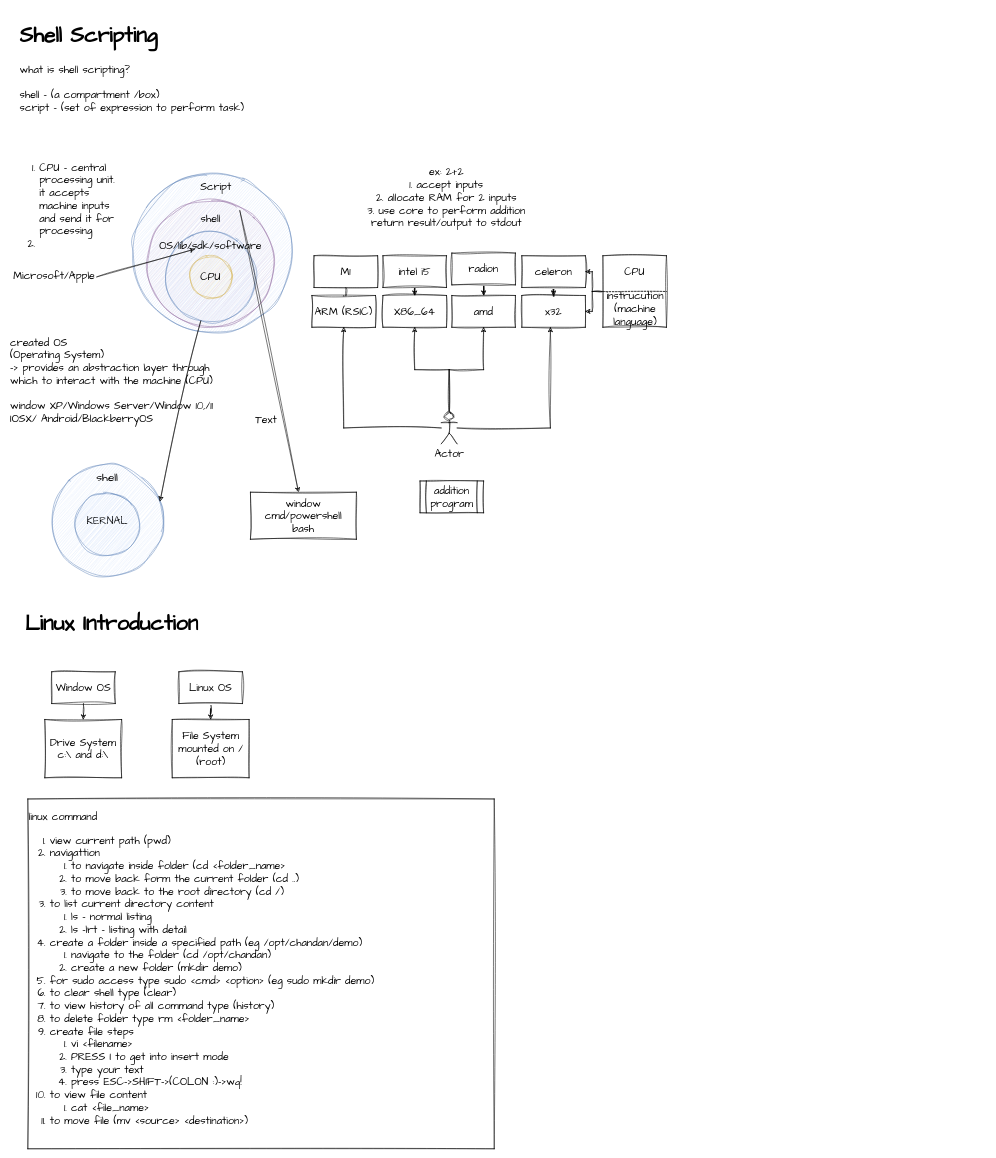
The draw.io diagram page "Page-1" (1 of 5) of Untitled Diagram.drawio in chandansutradhar2/unacademy-app, before the edit. Source tidied: cells renumbered, new cells numbered last; positions are measured from the earlier drawing's top-left corner, leaving out a move shared by most shapes. Both pictures are drawn from the tidied source at 53%, with x=0, y=0 at pixel (9, 14).
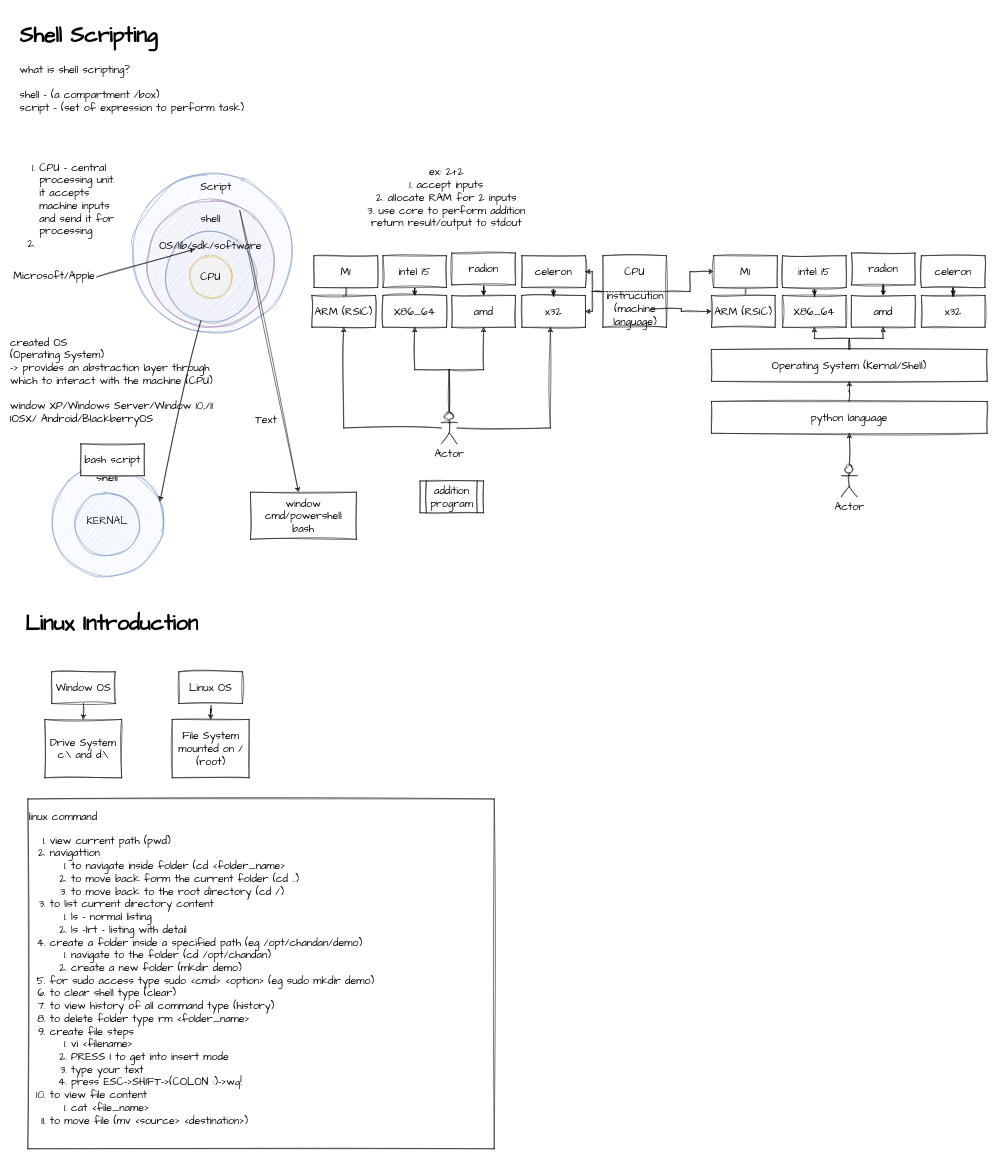
The same page after the edit.

Unchanged cells that the change refers to:
```xml
<mxCell id="23" style="rounded=0;whiteSpace=wrap;html=1;sketch=1;hachureGap=4;jiggle=2;curveFitting=1;fontFamily=Architects Daughter;fontSize=20;" parent="1" vertex="1">
  <mxGeometry x="1120" y="455" width="120" height="135" as="geometry" />
</mxCell>
<mxCell id="25" value="instrucution&lt;br&gt;(machine language)" style="text;html=1;strokeColor=none;fillColor=none;align=center;verticalAlign=middle;whiteSpace=wrap;rounded=0;fontSize=20;fontFamily=Architects Daughter;" parent="1" vertex="1">
  <mxGeometry x="1151" y="540" width="60" height="30" as="geometry" />
</mxCell>
```

The edit, as a diff of the source:
```diff
@@
+    <mxCell id="54" style="edgeStyle=orthogonalEdgeStyle;rounded=0;sketch=1;hachureGap=4;jiggle=2;curveFitting=1;jettySize=auto;html=1;entryX=0;entryY=0.5;entryDx=0;entryDy=0;fontFamily=Architects Daughter;fontSize=16;" parent="1" edge="1" source="23" target="67">
+      <mxGeometry relative="1" as="geometry" />
+    </mxCell>
@@
+    <mxCell id="55" style="edgeStyle=orthogonalEdgeStyle;rounded=0;sketch=1;hachureGap=4;jiggle=2;curveFitting=1;jettySize=auto;html=1;fontFamily=Architects Daughter;fontSize=16;" parent="1" edge="1" source="25" target="68">
+      <mxGeometry relative="1" as="geometry" />
+    </mxCell>
@@
+    <mxCell id="56" value="bash script" style="rounded=0;whiteSpace=wrap;html=1;sketch=1;hachureGap=4;jiggle=2;curveFitting=1;fontFamily=Architects Daughter;fontSize=20;" parent="1" vertex="1">
+      <mxGeometry x="135" y="810" width="120" height="60" as="geometry" />
+    </mxCell>
+    <mxCell id="57" style="edgeStyle=orthogonalEdgeStyle;rounded=0;sketch=1;hachureGap=4;jiggle=2;curveFitting=1;jettySize=auto;html=1;fontFamily=Architects Daughter;fontSize=16;" parent="1" edge="1" source="58" target="63">
+      <mxGeometry relative="1" as="geometry" />
+    </mxCell>
+    <mxCell id="58" value="intel i5" style="rounded=0;whiteSpace=wrap;html=1;sketch=1;hachureGap=4;jiggle=2;curveFitting=1;fontFamily=Architects Daughter;fontSize=20;" parent="1" vertex="1">
+      <mxGeometry x="1459" y="455" width="120" height="60" as="geometry" />
+    </mxCell>
+    <mxCell id="59" style="edgeStyle=orthogonalEdgeStyle;rounded=0;sketch=1;hachureGap=4;jiggle=2;curveFitting=1;jettySize=auto;html=1;fontFamily=Architects Daughter;fontSize=16;" parent="1" edge="1" source="60" target="64">
+      <mxGeometry relative="1" as="geometry" />
+    </mxCell>
+    <mxCell id="60" value="radion" style="rounded=0;whiteSpace=wrap;html=1;sketch=1;hachureGap=4;jiggle=2;curveFitting=1;fontFamily=Architects Daughter;fontSize=20;" parent="1" vertex="1">
+      <mxGeometry x="1589" y="450" width="120" height="60" as="geometry" />
+    </mxCell>
+    <mxCell id="61" style="edgeStyle=orthogonalEdgeStyle;rounded=0;sketch=1;hachureGap=4;jiggle=2;curveFitting=1;jettySize=auto;html=1;fontFamily=Architects Daughter;fontSize=16;" parent="1" edge="1" source="62" target="65">
+      <mxGeometry relative="1" as="geometry" />
+    </mxCell>
+    <mxCell id="62" value="celeron" style="rounded=0;whiteSpace=wrap;html=1;sketch=1;hachureGap=4;jiggle=2;curveFitting=1;fontFamily=Architects Daughter;fontSize=20;" parent="1" vertex="1">
+      <mxGeometry x="1721" y="455" width="120" height="60" as="geometry" />
+    </mxCell>
+    <mxCell id="63" value="X86_64" style="whiteSpace=wrap;html=1;fontSize=20;fontFamily=Architects Daughter;rounded=0;sketch=1;hachureGap=4;jiggle=2;curveFitting=1;" parent="1" vertex="1">
+      <mxGeometry x="1459" y="530" width="120" height="60" as="geometry" />
+    </mxCell>
+    <mxCell id="64" value="amd" style="rounded=0;whiteSpace=wrap;html=1;sketch=1;hachureGap=4;jiggle=2;curveFitting=1;fontFamily=Architects Daughter;fontSize=20;" parent="1" vertex="1">
+      <mxGeometry x="1589" y="530" width="120" height="60" as="geometry" />
+    </mxCell>
+    <mxCell id="65" value="x32" style="rounded=0;whiteSpace=wrap;html=1;sketch=1;hachureGap=4;jiggle=2;curveFitting=1;fontFamily=Architects Daughter;fontSize=20;" parent="1" vertex="1">
+      <mxGeometry x="1721" y="530" width="120" height="60" as="geometry" />
+    </mxCell>
+    <mxCell id="66" style="edgeStyle=orthogonalEdgeStyle;rounded=0;sketch=1;hachureGap=4;jiggle=2;curveFitting=1;jettySize=auto;html=1;fontFamily=Architects Daughter;fontSize=16;" parent="1" edge="1" source="67" target="68">
+      <mxGeometry relative="1" as="geometry" />
+    </mxCell>
+    <mxCell id="67" value="M1" style="rounded=0;whiteSpace=wrap;html=1;sketch=1;hachureGap=4;jiggle=2;curveFitting=1;fontFamily=Architects Daughter;fontSize=20;" parent="1" vertex="1">
+      <mxGeometry x="1329" y="455" width="120" height="60" as="geometry" />
+    </mxCell>
+    <mxCell id="68" value="ARM (RSIC)" style="rounded=0;whiteSpace=wrap;html=1;sketch=1;hachureGap=4;jiggle=2;curveFitting=1;fontFamily=Architects Daughter;fontSize=20;" parent="1" vertex="1">
+      <mxGeometry x="1325" y="530" width="120" height="60" as="geometry" />
+    </mxCell>
+    <mxCell id="69" style="edgeStyle=orthogonalEdgeStyle;rounded=0;sketch=1;hachureGap=4;jiggle=2;curveFitting=1;jettySize=auto;html=1;fontFamily=Architects Daughter;fontSize=16;" parent="1" edge="1" source="71" target="63">
+      <mxGeometry relative="1" as="geometry" />
+    </mxCell>
+    <mxCell id="70" style="edgeStyle=orthogonalEdgeStyle;rounded=0;sketch=1;hachureGap=4;jiggle=2;curveFitting=1;jettySize=auto;html=1;fontFamily=Architects Daughter;fontSize=16;" parent="1" edge="1" source="71" target="64">
+      <mxGeometry relative="1" as="geometry" />
+    </mxCell>
+    <mxCell id="71" value="Operating System (Kernal/Shell)" style="rounded=0;whiteSpace=wrap;html=1;sketch=1;hachureGap=4;jiggle=2;curveFitting=1;fontFamily=Architects Daughter;fontSize=20;" parent="1" vertex="1">
+      <mxGeometry x="1325" y="632" width="520" height="60" as="geometry" />
+    </mxCell>
+    <mxCell id="72" style="edgeStyle=orthogonalEdgeStyle;rounded=0;sketch=1;hachureGap=4;jiggle=2;curveFitting=1;jettySize=auto;html=1;entryX=0.5;entryY=1;entryDx=0;entryDy=0;fontFamily=Architects Daughter;fontSize=16;" parent="1" edge="1" source="73" target="71">
+      <mxGeometry relative="1" as="geometry" />
+    </mxCell>
+    <mxCell id="73" value="python language" style="rounded=0;whiteSpace=wrap;html=1;sketch=1;hachureGap=4;jiggle=2;curveFitting=1;fontFamily=Architects Daughter;fontSize=20;" parent="1" vertex="1">
+      <mxGeometry x="1325" y="730" width="520" height="60" as="geometry" />
+    </mxCell>
+    <mxCell id="74" style="edgeStyle=orthogonalEdgeStyle;rounded=0;sketch=1;hachureGap=4;jiggle=2;curveFitting=1;jettySize=auto;html=1;entryX=0.5;entryY=1;entryDx=0;entryDy=0;fontFamily=Architects Daughter;fontSize=16;" parent="1" edge="1" source="75" target="73">
+      <mxGeometry relative="1" as="geometry" />
+    </mxCell>
+    <mxCell id="75" value="Actor" style="shape=umlActor;verticalLabelPosition=bottom;verticalAlign=top;html=1;outlineConnect=0;sketch=1;hachureGap=4;jiggle=2;curveFitting=1;fontFamily=Architects Daughter;fontSize=20;" parent="1" vertex="1">
+      <mxGeometry x="1570" y="850" width="30" height="60" as="geometry" />
+    </mxCell>
```
